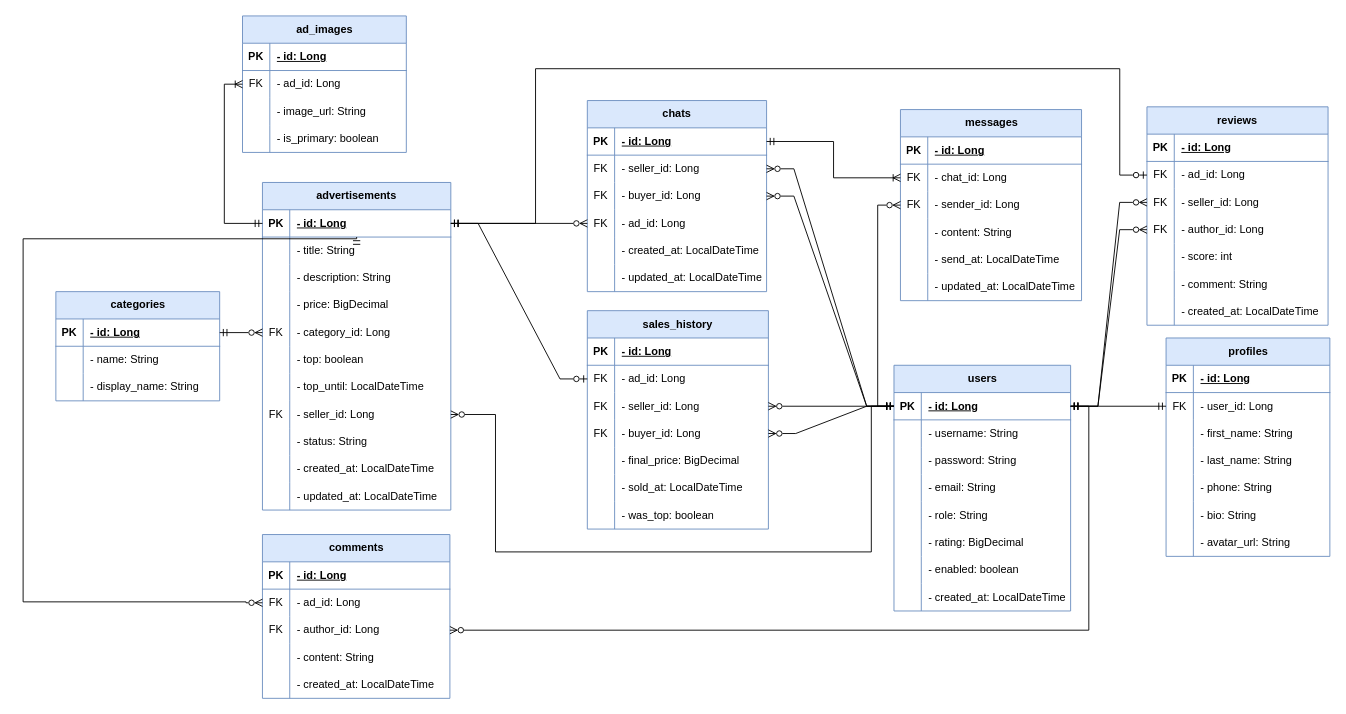
Above: page "Страница-5" (2 of 2) of diagram/diagram.drawio in 4khmn/senla-final-task (draw.io), before the change. Source tidied: cells renumbered, new cells numbered last; positions are measured from the earlier drawing's top-left corner, leaving out a move shared by most shapes. Both pictures are drawn from the tidied source at 91%, with x=0, y=0 at pixel (23, 15).
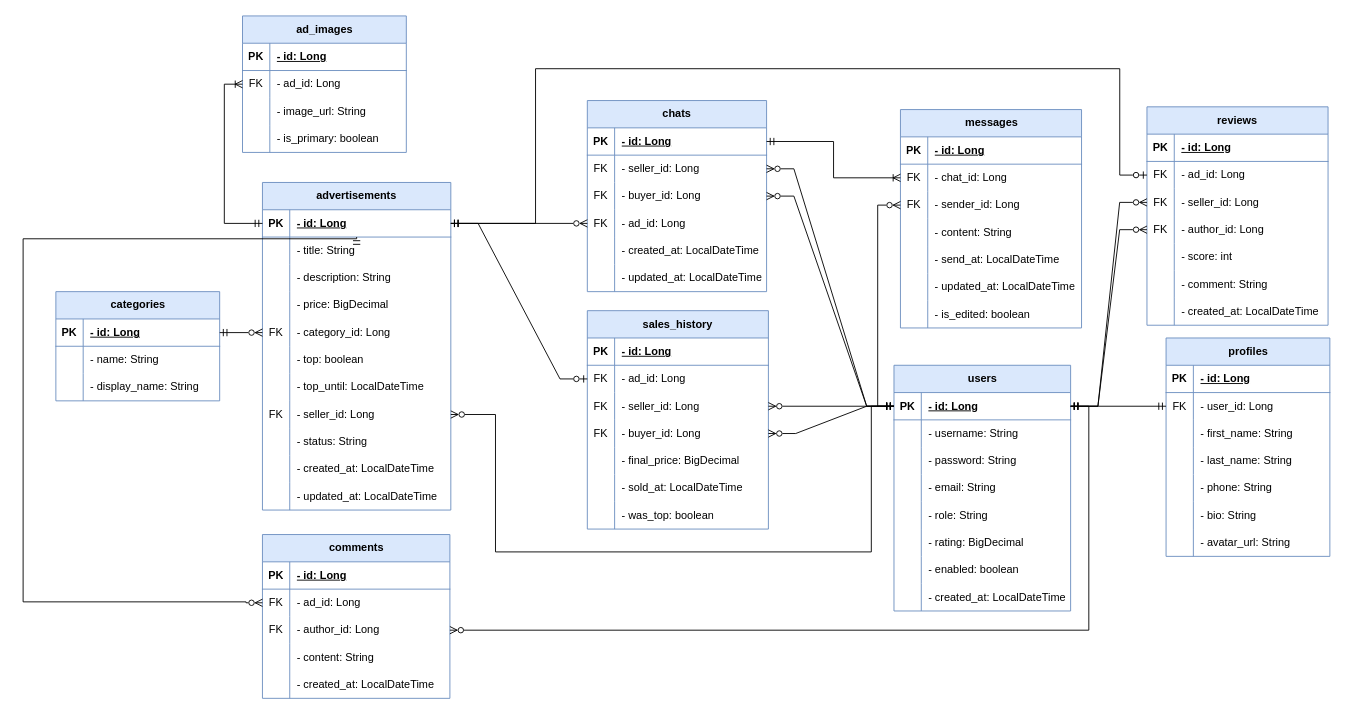
Above is the later version.

The edit, as a diff of the source:
```diff
@@
     <mxCell id="109" value="messages" style="shape=table;startSize=30;childLayout=tableLayout;rowLines=0;fontStyle=1;align=center;html=1;rounded=0;direction=east;labelBackgroundColor=none;fillColor=#DAE8FC;strokeColor=#6C8EBF;" parent="1" vertex="1">
-      <mxGeometry x="964" y="102.9" width="199" height="210" as="geometry" />
+      <mxGeometry x="964" y="102.9" width="199" height="240" as="geometry" />
     </mxCell>
@@
+    <mxCell id="221" style="shape=tableRow;horizontal=0;startSize=0;swimlaneHead=0;swimlaneBody=0;fillColor=none;top=0;left=0;right=0;bottom=0;rounded=0;labelBackgroundColor=none;" parent="109" vertex="1">
+      <mxGeometry y="210" width="199" height="30" as="geometry" />
+    </mxCell>
+    <mxCell id="222" style="shape=partialRectangle;fillColor=none;top=0;left=0;bottom=0;right=0;overflow=hidden;whiteSpace=wrap;html=1;rounded=0;labelBackgroundColor=none;" parent="221" vertex="1">
+      <mxGeometry width="30" height="30" as="geometry" />
+    </mxCell>
+    <mxCell id="223" value="- is_edited: boolean" style="shape=partialRectangle;fillColor=none;top=0;left=0;bottom=0;right=0;align=left;spacingLeft=6;overflow=hidden;whiteSpace=wrap;html=1;rounded=0;labelBackgroundColor=none;" parent="221" vertex="1">
+      <mxGeometry x="30" width="169" height="30" as="geometry" />
+    </mxCell>
```
